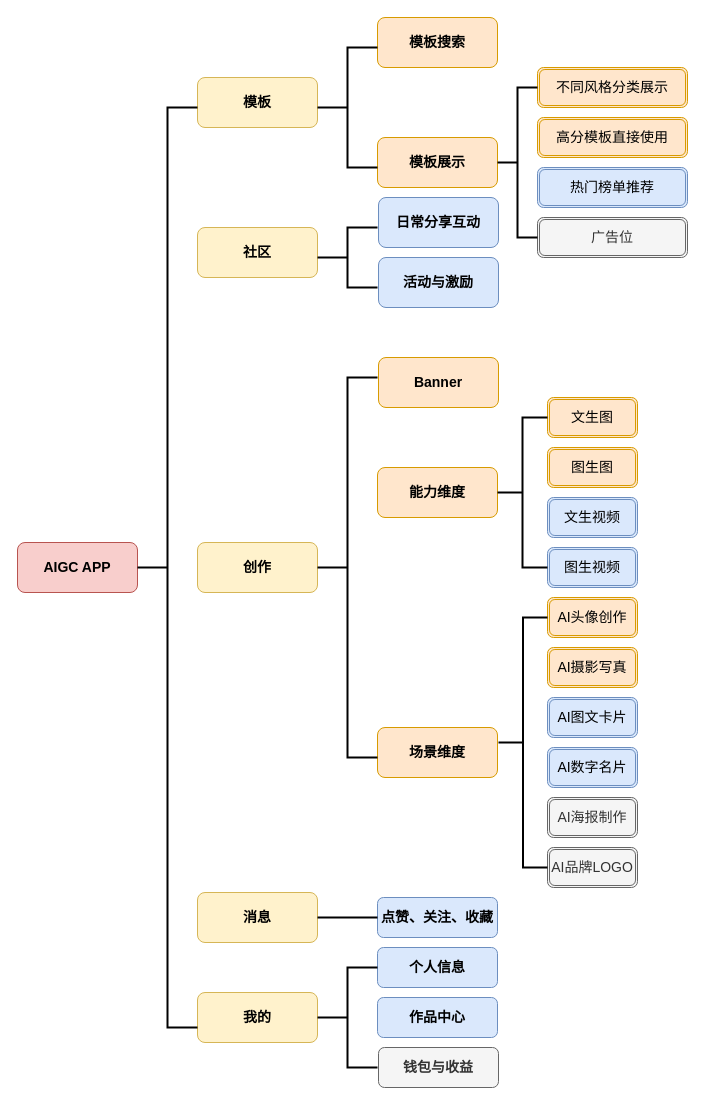
Earlier version of the draw.io diagram 未命名绘图.drawio (JQLIANG77/drowio). Source tidied: cells renumbered, new cells numbered last; positions are measured from the earlier drawing's top-left corner, leaving out a move shared by most shapes. Both pictures are drawn from the tidied source at 100%, with x=0, y=0 at pixel (17, 17).
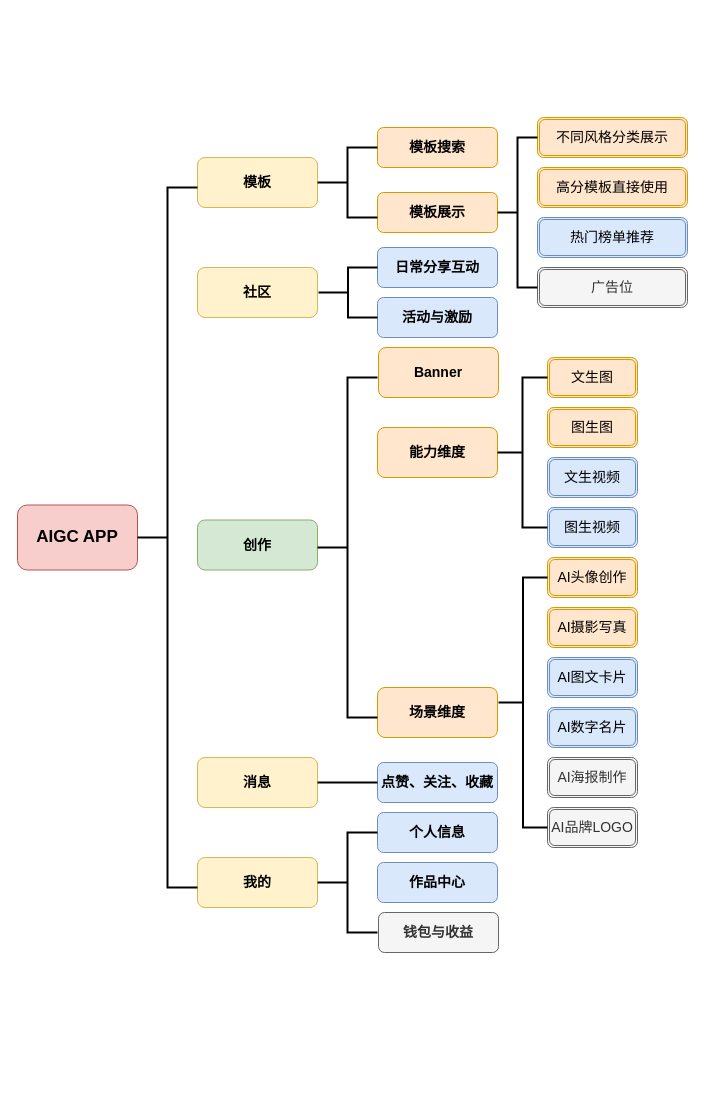
Above is the later version.

Commit message:
更新未命名绘图.drawio

The edit, as a diff of the source:
```diff
@@
-    <mxCell id="2" value="&lt;b&gt;&lt;font style=&quot;font-size: 14px;&quot;&gt;AIGC APP&lt;/font&gt;&lt;/b&gt;" style="rounded=1;whiteSpace=wrap;html=1;fillColor=#f8cecc;strokeColor=#b85450;" parent="1" vertex="1">
-      <mxGeometry y="525" width="120" height="50" as="geometry" />
+    <mxCell id="2" value="&lt;b&gt;&lt;font style=&quot;font-size: 17px;&quot;&gt;AIGC APP&lt;/font&gt;&lt;/b&gt;" style="rounded=1;whiteSpace=wrap;html=1;fillColor=#f8cecc;strokeColor=#b85450;" parent="1" vertex="1">
+      <mxGeometry y="487.5" width="120" height="65" as="geometry" />
     </mxCell>
-    <mxCell id="3" value="&lt;b&gt;&lt;font style=&quot;font-size: 14px;&quot;&gt;创作&lt;/font&gt;&lt;/b&gt;" style="rounded=1;whiteSpace=wrap;html=1;fillColor=#fff2cc;strokeColor=#d6b656;" parent="1" vertex="1">
-      <mxGeometry x="180" y="525" width="120" height="50" as="geometry" />
+    <mxCell id="3" value="&lt;b&gt;&lt;font style=&quot;font-size: 14px;&quot;&gt;创作&lt;/font&gt;&lt;/b&gt;" style="rounded=1;whiteSpace=wrap;html=1;fillColor=#d5e8d4;strokeColor=#82b366;" parent="1" vertex="1">
+      <mxGeometry x="180" y="502.5" width="120" height="50" as="geometry" />
     </mxCell>
     <mxCell id="4" value="&lt;b&gt;&lt;font style=&quot;font-size: 14px;&quot;&gt;社区&lt;/font&gt;&lt;/b&gt;" style="rounded=1;whiteSpace=wrap;html=1;fillColor=#fff2cc;strokeColor=#d6b656;" parent="1" vertex="1">
-      <mxGeometry x="180" y="210" width="120" height="50" as="geometry" />
+      <mxGeometry x="180" y="250" width="120" height="50" as="geometry" />
     </mxCell>
     <mxCell id="5" value="&lt;b&gt;&lt;font style=&quot;font-size: 14px;&quot;&gt;模板&lt;/font&gt;&lt;/b&gt;" style="rounded=1;whiteSpace=wrap;html=1;fillColor=#fff2cc;strokeColor=#d6b656;" parent="1" vertex="1">
-      <mxGeometry x="180" y="60" width="120" height="50" as="geometry" />
+      <mxGeometry x="180" y="140" width="120" height="50" as="geometry" />
     </mxCell>
     <mxCell id="6" value="&lt;span&gt;&lt;font style=&quot;font-size: 14px;&quot;&gt;消息&lt;/font&gt;&lt;/span&gt;" style="rounded=1;whiteSpace=wrap;html=1;fillColor=#fff2cc;strokeColor=#d6b656;fontStyle=1;" parent="1" vertex="1">
-      <mxGeometry x="180" y="875" width="120" height="50" as="geometry" />
+      <mxGeometry x="180" y="740" width="120" height="50" as="geometry" />
     </mxCell>
     <mxCell id="7" value="&lt;span style=&quot;font-size: 14px;&quot;&gt;&lt;b&gt;Banner&lt;/b&gt;&lt;/span&gt;" style="rounded=1;whiteSpace=wrap;html=1;fillColor=#ffe6cc;strokeColor=#d79b00;" parent="1" vertex="1">
-      <mxGeometry x="361" y="340" width="120" height="50" as="geometry" />
+      <mxGeometry x="361" y="330" width="120" height="50" as="geometry" />
     </mxCell>
     <mxCell id="8" value="&lt;span style=&quot;font-size: 14px;&quot;&gt;&lt;b&gt;能力维度&lt;/b&gt;&lt;/span&gt;" style="rounded=1;whiteSpace=wrap;html=1;fillColor=#ffe6cc;strokeColor=#d79b00;" parent="1" vertex="1">
-      <mxGeometry x="360" y="450" width="120" height="50" as="geometry" />
+      <mxGeometry x="360" y="410" width="120" height="50" as="geometry" />
     </mxCell>
     <mxCell id="9" value="&lt;span style=&quot;font-size: 14px;&quot;&gt;&lt;b&gt;场景维度&lt;/b&gt;&lt;/span&gt;" style="rounded=1;whiteSpace=wrap;html=1;fillColor=#ffe6cc;strokeColor=#d79b00;" parent="1" vertex="1">
-      <mxGeometry x="360" y="710" width="120" height="50" as="geometry" />
+      <mxGeometry x="360" y="670" width="120" height="50" as="geometry" />
     </mxCell>
     <mxCell id="10" value="&lt;font style=&quot;font-size: 14px;&quot;&gt;文生图&lt;/font&gt;" style="shape=ext;double=1;rounded=1;whiteSpace=wrap;html=1;fillColor=#ffe6cc;strokeColor=#d79b00;" parent="1" vertex="1">
-      <mxGeometry x="530" y="380" width="90" height="40" as="geometry" />
+      <mxGeometry x="530" y="340" width="90" height="40" as="geometry" />
     </mxCell>
     <mxCell id="11" value="&lt;font style=&quot;font-size: 14px;&quot;&gt;图生图&lt;/font&gt;" style="shape=ext;double=1;rounded=1;whiteSpace=wrap;html=1;fillColor=#ffe6cc;strokeColor=#d79b00;" parent="1" vertex="1">
-      <mxGeometry x="530" y="430" width="90" height="40" as="geometry" />
+      <mxGeometry x="530" y="390" width="90" height="40" as="geometry" />
     </mxCell>
     <mxCell id="12" value="&lt;font style=&quot;font-size: 14px;&quot;&gt;文生视频&lt;/font&gt;" style="shape=ext;double=1;rounded=1;whiteSpace=wrap;html=1;fillColor=#dae8fc;strokeColor=#6c8ebf;" parent="1" vertex="1">
-      <mxGeometry x="530" y="480" width="90" height="40" as="geometry" />
+      <mxGeometry x="530" y="440" width="90" height="40" as="geometry" />
     </mxCell>
     <mxCell id="13" value="&lt;font style=&quot;font-size: 14px;&quot;&gt;图生视频&lt;/font&gt;" style="shape=ext;double=1;rounded=1;whiteSpace=wrap;html=1;fillColor=#dae8fc;strokeColor=#6c8ebf;" parent="1" vertex="1">
-      <mxGeometry x="530" y="530" width="90" height="40" as="geometry" />
+      <mxGeometry x="530" y="490" width="90" height="40" as="geometry" />
     </mxCell>
     <mxCell id="14" style="strokeWidth=2;html=1;shape=mxgraph.flowchart.annotation_2;align=left;labelPosition=right;" parent="1" vertex="1">
-      <mxGeometry x="480" y="400" width="50" height="150" as="geometry" />
+      <mxGeometry x="480" y="360" width="50" height="150" as="geometry" />
     </mxCell>
     <mxCell id="15" value="&lt;font style=&quot;font-size: 14px;&quot;&gt;AI头像创作&lt;/font&gt;" style="shape=ext;double=1;rounded=1;whiteSpace=wrap;html=1;fillColor=#ffe6cc;strokeColor=#d79b00;" parent="1" vertex="1">
-      <mxGeometry x="530" y="580" width="90" height="40" as="geometry" />
+      <mxGeometry x="530" y="540" width="90" height="40" as="geometry" />
     </mxCell>
     <mxCell id="16" value="&lt;font style=&quot;font-size: 14px;&quot;&gt;AI摄影写真&lt;/font&gt;" style="shape=ext;double=1;rounded=1;whiteSpace=wrap;html=1;fillColor=#ffe6cc;strokeColor=#d79b00;" parent="1" vertex="1">
-      <mxGeometry x="530" y="630" width="90" height="40" as="geometry" />
+      <mxGeometry x="530" y="590" width="90" height="40" as="geometry" />
     </mxCell>
     <mxCell id="17" value="&lt;font style=&quot;font-size: 14px;&quot;&gt;AI图文卡片&lt;/font&gt;" style="shape=ext;double=1;rounded=1;whiteSpace=wrap;html=1;fillColor=#dae8fc;strokeColor=#6c8ebf;" parent="1" vertex="1">
-      <mxGeometry x="530" y="680" width="90" height="40" as="geometry" />
+      <mxGeometry x="530" y="640" width="90" height="40" as="geometry" />
     </mxCell>
     <mxCell id="18" value="&lt;font style=&quot;font-size: 14px;&quot;&gt;AI海报制作&lt;/font&gt;" style="shape=ext;double=1;rounded=1;whiteSpace=wrap;html=1;fillColor=#f5f5f5;strokeColor=#666666;fontColor=#333333;" parent="1" vertex="1">
-      <mxGeometry x="530" y="780" width="90" height="40" as="geometry" />
+      <mxGeometry x="530" y="740" width="90" height="40" as="geometry" />
     </mxCell>
     <mxCell id="19" value="&lt;font style=&quot;font-size: 14px;&quot;&gt;AI数字名片&lt;/font&gt;" style="shape=ext;double=1;rounded=1;whiteSpace=wrap;html=1;fillColor=#dae8fc;strokeColor=#6c8ebf;" parent="1" vertex="1">
-      <mxGeometry x="530" y="730" width="90" height="40" as="geometry" />
+      <mxGeometry x="530" y="690" width="90" height="40" as="geometry" />
     </mxCell>
     <mxCell id="20" value="&lt;font style=&quot;font-size: 14px;&quot;&gt;AI品牌LOGO&lt;/font&gt;" style="shape=ext;double=1;rounded=1;whiteSpace=wrap;html=1;fillColor=#f5f5f5;strokeColor=#666666;fontColor=#333333;" parent="1" vertex="1">
-      <mxGeometry x="530" y="830" width="90" height="40" as="geometry" />
+      <mxGeometry x="530" y="790" width="90" height="40" as="geometry" />
     </mxCell>
     <mxCell id="21" style="strokeWidth=2;html=1;shape=mxgraph.flowchart.annotation_2;align=left;labelPosition=right;" parent="1" vertex="1">
-      <mxGeometry x="481" y="600" width="49" height="250" as="geometry" />
+      <mxGeometry x="481" y="560" width="49" height="250" as="geometry" />
     </mxCell>
     <mxCell id="22" style="strokeWidth=2;html=1;shape=mxgraph.flowchart.annotation_2;align=left;labelPosition=right;" parent="1" vertex="1">
-      <mxGeometry x="300" y="360" width="60" height="380" as="geometry" />
+      <mxGeometry x="300" y="360" width="60" height="340" as="geometry" />
     </mxCell>
     <mxCell id="23" value="&lt;span style=&quot;font-size: 14px;&quot;&gt;&lt;b&gt;模板展示&lt;/b&gt;&lt;/span&gt;" style="rounded=1;whiteSpace=wrap;html=1;fillColor=#ffe6cc;strokeColor=#d79b00;" parent="1" vertex="1">
-      <mxGeometry x="360" y="120" width="120" height="50" as="geometry" />
+      <mxGeometry x="360" y="175" width="120" height="40" as="geometry" />
     </mxCell>
     <mxCell id="24" value="&lt;font style=&quot;font-size: 14px;&quot;&gt;不同风格分类展示&lt;/font&gt;" style="shape=ext;double=1;rounded=1;whiteSpace=wrap;html=1;fillColor=#ffe6cc;strokeColor=#d79b00;" parent="1" vertex="1">
-      <mxGeometry x="520" y="50" width="150" height="40" as="geometry" />
+      <mxGeometry x="520" y="100" width="150" height="40" as="geometry" />
     </mxCell>
     <mxCell id="25" value="&lt;font style=&quot;font-size: 14px;&quot;&gt;热门榜单推荐&lt;/font&gt;" style="shape=ext;double=1;rounded=1;whiteSpace=wrap;html=1;fillColor=#dae8fc;strokeColor=#6c8ebf;" parent="1" vertex="1">
-      <mxGeometry x="520" y="150" width="150" height="40" as="geometry" />
+      <mxGeometry x="520" y="200" width="150" height="40" as="geometry" />
     </mxCell>
     <mxCell id="26" value="&lt;font style=&quot;font-size: 14px;&quot;&gt;高分模板直接使用&lt;/font&gt;" style="shape=ext;double=1;rounded=1;whiteSpace=wrap;html=1;fillColor=#ffe6cc;strokeColor=#d79b00;" parent="1" vertex="1">
-      <mxGeometry x="520" y="100" width="150" height="40" as="geometry" />
+      <mxGeometry x="520" y="150" width="150" height="40" as="geometry" />
     </mxCell>
     <mxCell id="27" value="&lt;font style=&quot;font-size: 14px;&quot;&gt;广告位&lt;/font&gt;" style="shape=ext;double=1;rounded=1;whiteSpace=wrap;html=1;fillColor=#f5f5f5;strokeColor=#666666;fontColor=#333333;" parent="1" vertex="1">
-      <mxGeometry x="520" y="200" width="150" height="40" as="geometry" />
+      <mxGeometry x="520" y="250" width="150" height="40" as="geometry" />
     </mxCell>
     <mxCell id="28" value="&lt;span style=&quot;font-size: 14px;&quot;&gt;&lt;b&gt;模板搜索&lt;/b&gt;&lt;/span&gt;" style="rounded=1;whiteSpace=wrap;html=1;fillColor=#ffe6cc;strokeColor=#d79b00;" parent="1" vertex="1">
-      <mxGeometry x="360" width="120" height="50" as="geometry" />
+      <mxGeometry x="360" y="110" width="120" height="40" as="geometry" />
     </mxCell>
     <mxCell id="29" value="&lt;span style=&quot;font-size: 14px;&quot;&gt;&lt;b&gt;日常分享互动&lt;/b&gt;&lt;/span&gt;" style="rounded=1;whiteSpace=wrap;html=1;fillColor=#dae8fc;strokeColor=#6c8ebf;" parent="1" vertex="1">
-      <mxGeometry x="361" y="180" width="120" height="50" as="geometry" />
+      <mxGeometry x="360" y="230" width="120" height="40" as="geometry" />
     </mxCell>
     <mxCell id="30" value="&lt;span style=&quot;font-size: 14px;&quot;&gt;&lt;b&gt;活动与激励&lt;/b&gt;&lt;/span&gt;" style="rounded=1;whiteSpace=wrap;html=1;fillColor=#dae8fc;strokeColor=#6c8ebf;" parent="1" vertex="1">
-      <mxGeometry x="361" y="240" width="120" height="50" as="geometry" />
+      <mxGeometry x="360" y="280" width="120" height="40" as="geometry" />
     </mxCell>
     <mxCell id="31" style="strokeWidth=2;html=1;shape=mxgraph.flowchart.annotation_2;align=left;labelPosition=right;" parent="1" vertex="1">
-      <mxGeometry x="300" y="30" width="60" height="120" as="geometry" />
+      <mxGeometry x="300" y="130" width="60" height="70" as="geometry" />
     </mxCell>
     <mxCell id="32" style="strokeWidth=2;html=1;shape=mxgraph.flowchart.annotation_2;align=left;labelPosition=right;" parent="1" vertex="1">
-      <mxGeometry x="300" y="210" width="60" height="60" as="geometry" />
+      <mxGeometry x="301" y="250" width="59" height="50" as="geometry" />
     </mxCell>
     <mxCell id="33" value="&lt;span style=&quot;font-size: 14px;&quot;&gt;&lt;b&gt;点赞、关注、收藏&lt;/b&gt;&lt;/span&gt;" style="rounded=1;whiteSpace=wrap;html=1;fillColor=#dae8fc;strokeColor=#6c8ebf;" parent="1" vertex="1">
-      <mxGeometry x="360" y="880" width="120" height="40" as="geometry" />
+      <mxGeometry x="360" y="745" width="120" height="40" as="geometry" />
     </mxCell>
     <mxCell id="34" style="strokeWidth=2;html=1;shape=mxgraph.flowchart.annotation_2;align=left;labelPosition=right;" parent="1" vertex="1">
-      <mxGeometry x="480" y="70" width="40" height="150" as="geometry" />
+      <mxGeometry x="480" y="120" width="40" height="150" as="geometry" />
     </mxCell>
     <mxCell id="35" value="&lt;span style=&quot;font-size: 14px;&quot;&gt;&lt;b&gt;个人信息&lt;/b&gt;&lt;/span&gt;" style="rounded=1;whiteSpace=wrap;html=1;fillColor=#dae8fc;strokeColor=#6c8ebf;" parent="1" vertex="1">
-      <mxGeometry x="360" y="930" width="120" height="40" as="geometry" />
+      <mxGeometry x="360" y="795" width="120" height="40" as="geometry" />
     </mxCell>
     <mxCell id="36" value="&lt;span style=&quot;font-size: 14px;&quot;&gt;&lt;b&gt;作品中心&lt;/b&gt;&lt;/span&gt;" style="rounded=1;whiteSpace=wrap;html=1;fillColor=#dae8fc;strokeColor=#6c8ebf;" parent="1" vertex="1">
-      <mxGeometry x="360" y="980" width="120" height="40" as="geometry" />
+      <mxGeometry x="360" y="845" width="120" height="40" as="geometry" />
     </mxCell>
     <mxCell id="37" value="&lt;span style=&quot;font-size: 14px;&quot;&gt;&lt;b&gt;钱包与收益&lt;/b&gt;&lt;/span&gt;" style="rounded=1;whiteSpace=wrap;html=1;fillColor=#f5f5f5;strokeColor=#666666;fontColor=#333333;" parent="1" vertex="1">
-      <mxGeometry x="361" y="1030" width="120" height="40" as="geometry" />
+      <mxGeometry x="361" y="895" width="120" height="40" as="geometry" />
     </mxCell>
     <mxCell id="38" value="&lt;b&gt;&lt;font style=&quot;font-size: 14px;&quot;&gt;我的&lt;/font&gt;&lt;/b&gt;" style="rounded=1;whiteSpace=wrap;html=1;fillColor=#fff2cc;strokeColor=#d6b656;" parent="1" vertex="1">
-      <mxGeometry x="180" y="975" width="120" height="50" as="geometry" />
+      <mxGeometry x="180" y="840" width="120" height="50" as="geometry" />
     </mxCell>
     <mxCell id="39" style="strokeWidth=2;html=1;shape=mxgraph.flowchart.annotation_2;align=left;labelPosition=right;" parent="1" vertex="1">
-      <mxGeometry x="300" y="950" width="60" height="100" as="geometry" />
+      <mxGeometry x="300" y="815" width="60" height="100" as="geometry" />
     </mxCell>
     <mxCell id="40" style="line;strokeWidth=2;html=1;" parent="1" vertex="1">
-      <mxGeometry x="300" y="895" width="60" height="10" as="geometry" />
+      <mxGeometry x="300" y="760" width="60" height="10" as="geometry" />
     </mxCell>
     <mxCell id="41" style="strokeWidth=2;html=1;shape=mxgraph.flowchart.annotation_2;align=left;labelPosition=right;" parent="1" vertex="1">
-      <mxGeometry x="120" y="90" width="60" height="920" as="geometry" />
+      <mxGeometry x="120" y="170" width="60" height="700" as="geometry" />
     </mxCell>
```
